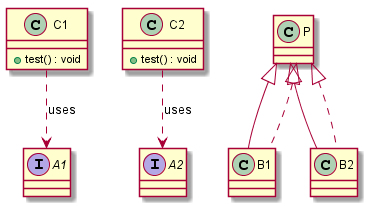
The PlantUML diagram JavaUMLParser/src/test/resources/Test-Case-2/output.png in MeenakshiParyani/CMPE-202, before a commit.
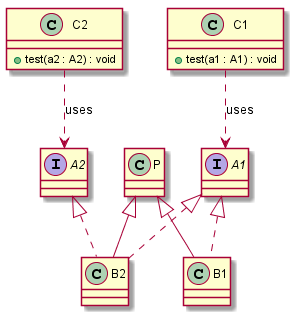
After the commit.

The edit, as a diff of the source:
```diff
@@ -1,22 +1,22 @@
-@startuml
+@startumlleft to right direction
 interface A1 {
 }
 
 interface A2 {
 }
 
-class B1 extends P implements P {
+class B1 extends P implements A1 {
 }
 
-class B2 extends P implements P {
+class B2 extends P implements A1,A2 {
 }
 
 class C1 {
- +test() : void
+ +test(a1 : A1) : void
 }
 
 class C2 {
- +test() : void
+ +test(a2 : A2) : void
 }
 
 class P {
```
